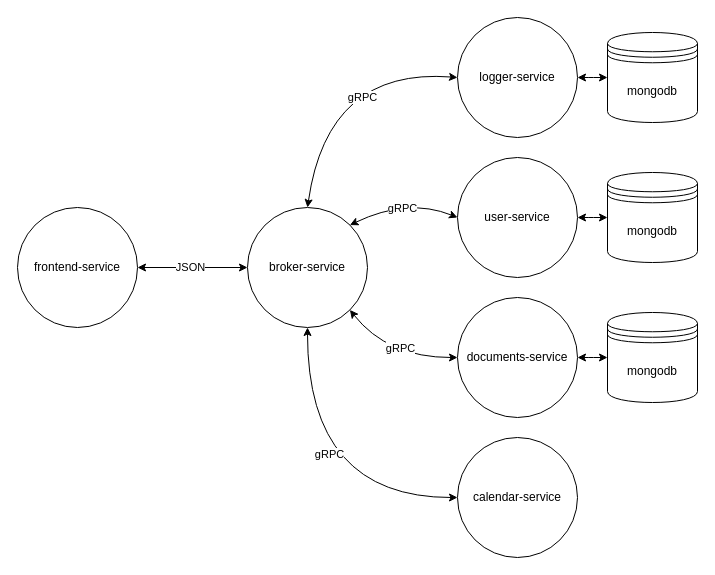
Above: docs/diagrams/services-diagram.drawio in samgozman/validity.red (draw.io), before the change. Source tidied: cells renumbered, new cells numbered last; positions are measured from the earlier drawing's top-left corner, leaving out a move shared by most shapes. Both pictures are drawn from the tidied source at 100%, with x=0, y=0 at pixel (17, 17).
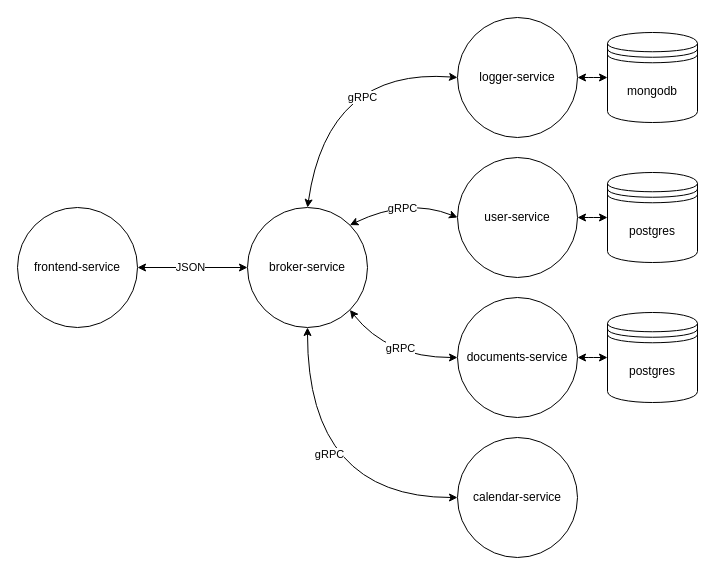
After the change.

Commit message (it also covers changes not shown here):
Change database name in diagram

Diff of the diagram source:
```diff
@@
-    <mxCell id="21" value="mongodb" style="shape=datastore;whiteSpace=wrap;html=1;" parent="1" vertex="1">
+    <mxCell id="21" value="postgres" style="shape=datastore;whiteSpace=wrap;html=1;" parent="1" vertex="1">
       <mxGeometry x="590" y="295" width="90" height="90" as="geometry" />
     </mxCell>
-    <mxCell id="22" value="mongodb" style="shape=datastore;whiteSpace=wrap;html=1;" parent="1" vertex="1">
+    <mxCell id="22" value="postgres" style="shape=datastore;whiteSpace=wrap;html=1;" parent="1" vertex="1">
       <mxGeometry x="590" y="155" width="90" height="90" as="geometry" />
     </mxCell>
```
